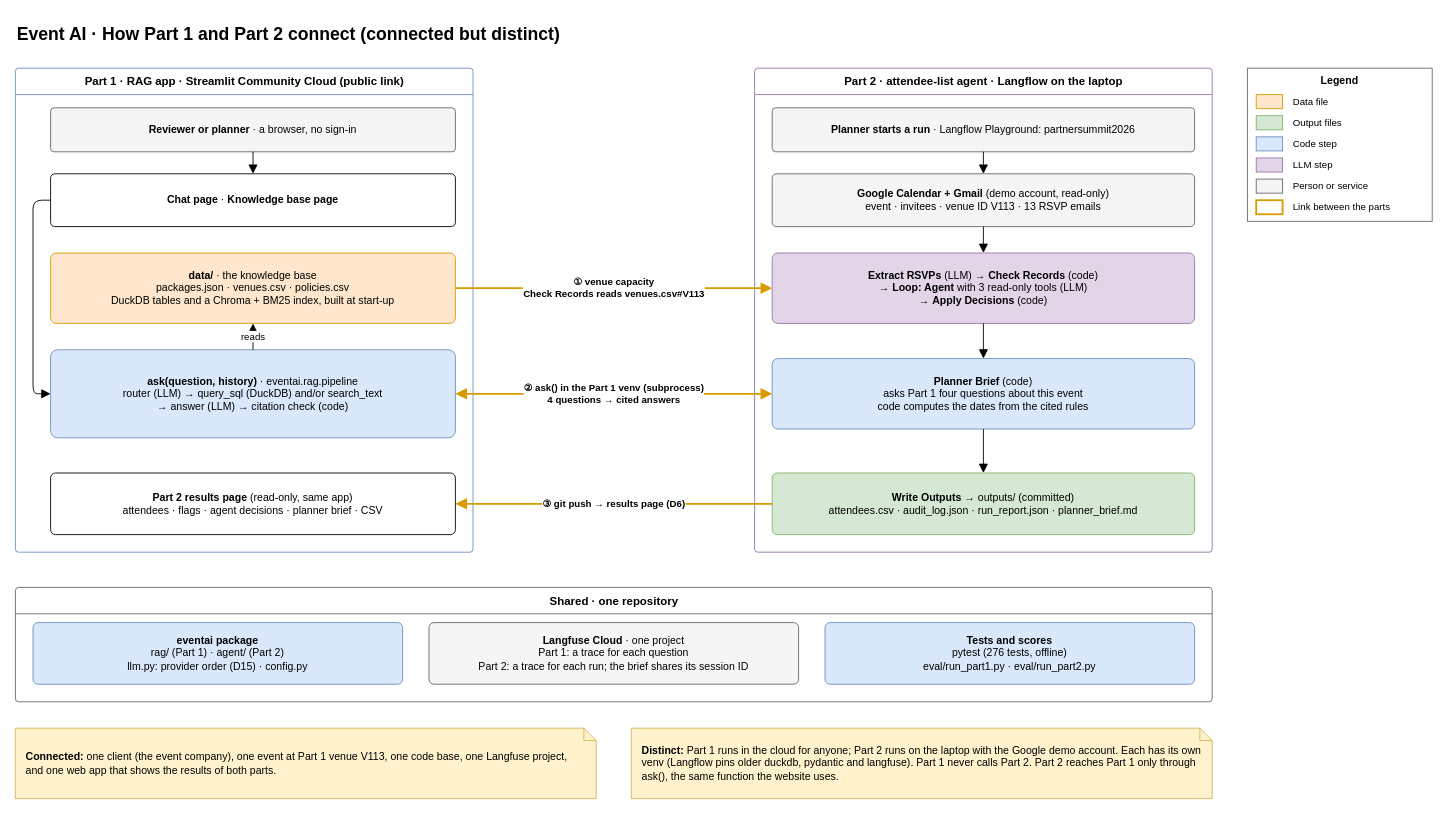
Above: docs/diagrams/event-ai-overview.drawio in jaco-verryne/event-ai (draw.io), before the change. Source tidied: cells renumbered, new cells numbered last; positions are measured from the earlier drawing's top-left corner, leaving out a move shared by most shapes. Both pictures are drawn from the tidied source at 88%, with x=0, y=0 at pixel (15, 15).
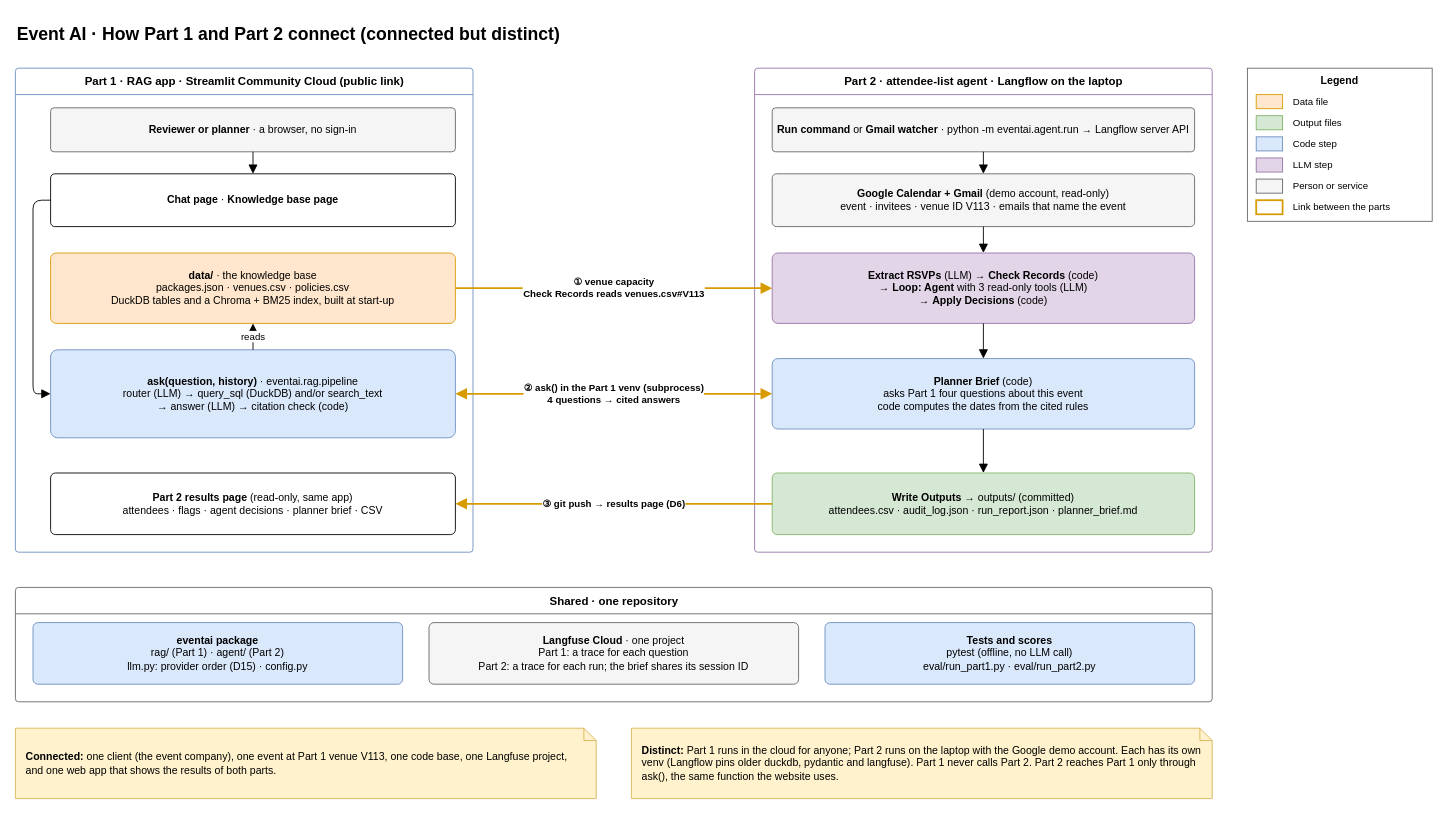
Above is the later version.

The change refers to these unchanged cells:
```xml
<mxCell id="12" value="Part 2 · attendee-list agent · Langflow on the laptop" style="swimlane;startSize=30;html=1;rounded=1;arcSize=4;fontStyle=1;fontSize=13;fillColor=#ffffff;strokeColor=#9673a6;" parent="1" vertex="1">
  <mxGeometry x="840" y="60" width="520" height="550" as="geometry" />
</mxCell>
<mxCell id="25" value="Shared · one repository" style="swimlane;startSize=30;html=1;rounded=1;arcSize=4;fontStyle=1;fontSize=13;fillColor=#ffffff;strokeColor=#666666;" parent="1" vertex="1">
  <mxGeometry y="650" width="1360" height="130" as="geometry" />
</mxCell>
```

Change to the diagram source:
```diff
@@
-    <mxCell id="13" value="&lt;b&gt;Planner starts a run&lt;/b&gt; · Langflow Playground: partnersummit2026" style="rounded=1;whiteSpace=wrap;html=1;arcSize=8;fontSize=12;fillColor=#f5f5f5;strokeColor=#666666;" parent="12" vertex="1">
+    <mxCell id="13" value="&lt;b&gt;Run command&lt;/b&gt; or &lt;b&gt;Gmail watcher&lt;/b&gt; · python -m eventai.agent.run → Langflow server API" style="rounded=1;whiteSpace=wrap;html=1;arcSize=8;fontSize=12;fillColor=#f5f5f5;strokeColor=#666666;" parent="12" vertex="1">
       <mxGeometry x="20" y="45" width="480" height="50" as="geometry" />
     </mxCell>
-    <mxCell id="14" value="&lt;b&gt;Google Calendar + Gmail&lt;/b&gt; (demo account, read-only)&lt;br&gt;event · invitees · venue ID V113 · 13 RSVP emails" style="rounded=1;whiteSpace=wrap;html=1;arcSize=8;fontSize=12;fillColor=#f5f5f5;strokeColor=#666666;" parent="12" vertex="1">
+    <mxCell id="14" value="&lt;b&gt;Google Calendar + Gmail&lt;/b&gt; (demo account, read-only)&lt;br&gt;event · invitees · venue ID V113 · emails that name the event" style="rounded=1;whiteSpace=wrap;html=1;arcSize=8;fontSize=12;fillColor=#f5f5f5;strokeColor=#666666;" parent="12" vertex="1">
       <mxGeometry x="20" y="120" width="480" height="60" as="geometry" />
     </mxCell>
@@
-    <mxCell id="28" value="&lt;b&gt;Tests and scores&lt;/b&gt;&lt;br&gt;pytest (276 tests, offline)&lt;br&gt;eval/run_part1.py · eval/run_part2.py" style="rounded=1;whiteSpace=wrap;html=1;arcSize=8;fontSize=12;fillColor=#dae8fc;strokeColor=#6c8ebf;" parent="25" vertex="1">
+    <mxCell id="28" value="&lt;b&gt;Tests and scores&lt;/b&gt;&lt;br&gt;pytest (offline, no LLM call)&lt;br&gt;eval/run_part1.py · eval/run_part2.py" style="rounded=1;whiteSpace=wrap;html=1;arcSize=8;fontSize=12;fillColor=#dae8fc;strokeColor=#6c8ebf;" parent="25" vertex="1">
       <mxGeometry x="920" y="40" width="420" height="70" as="geometry" />
     </mxCell>
```
